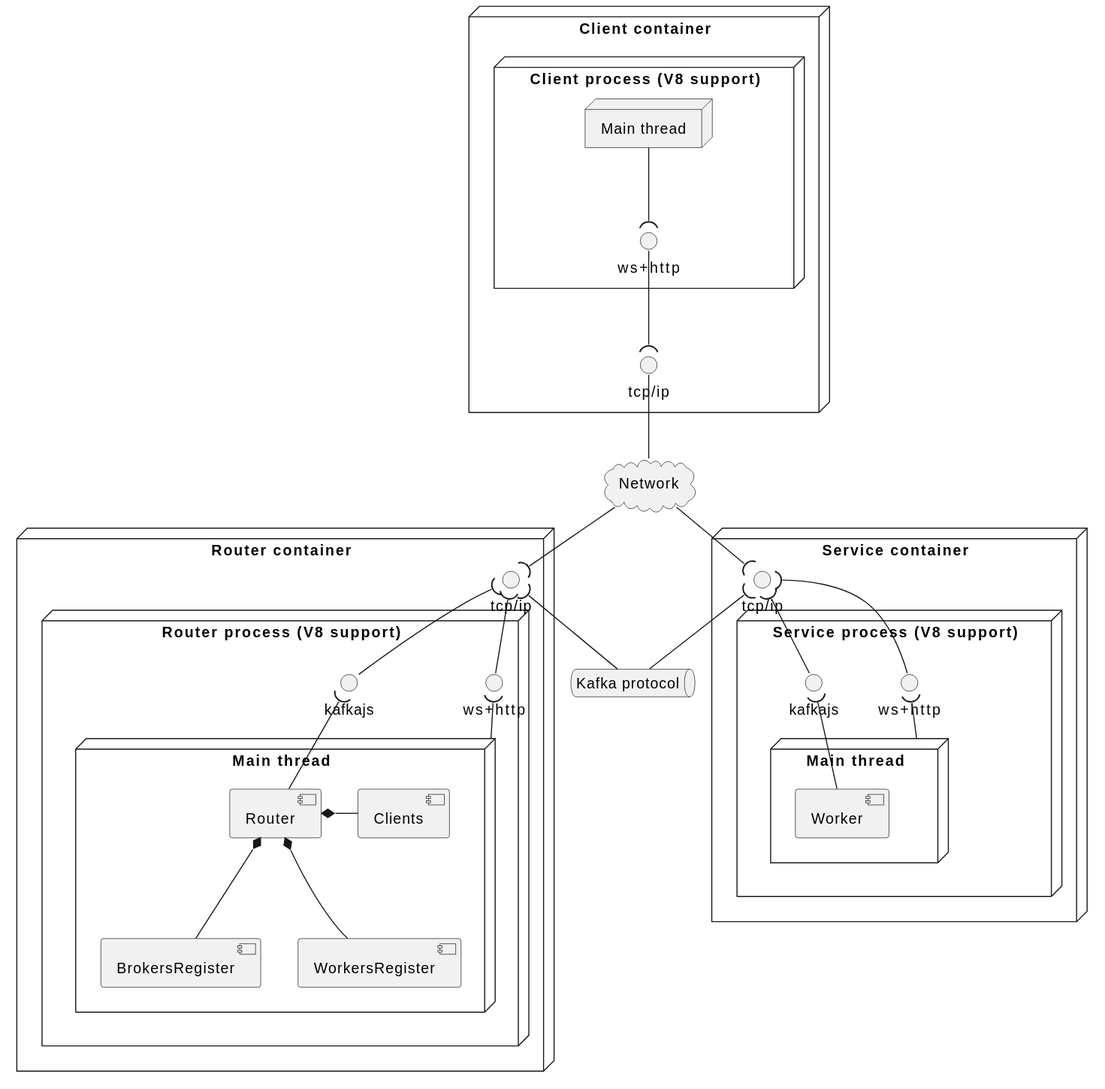
The PlantUML diagram uml/svg/mln.io/io.svg in imazzine/mln, before a commit.
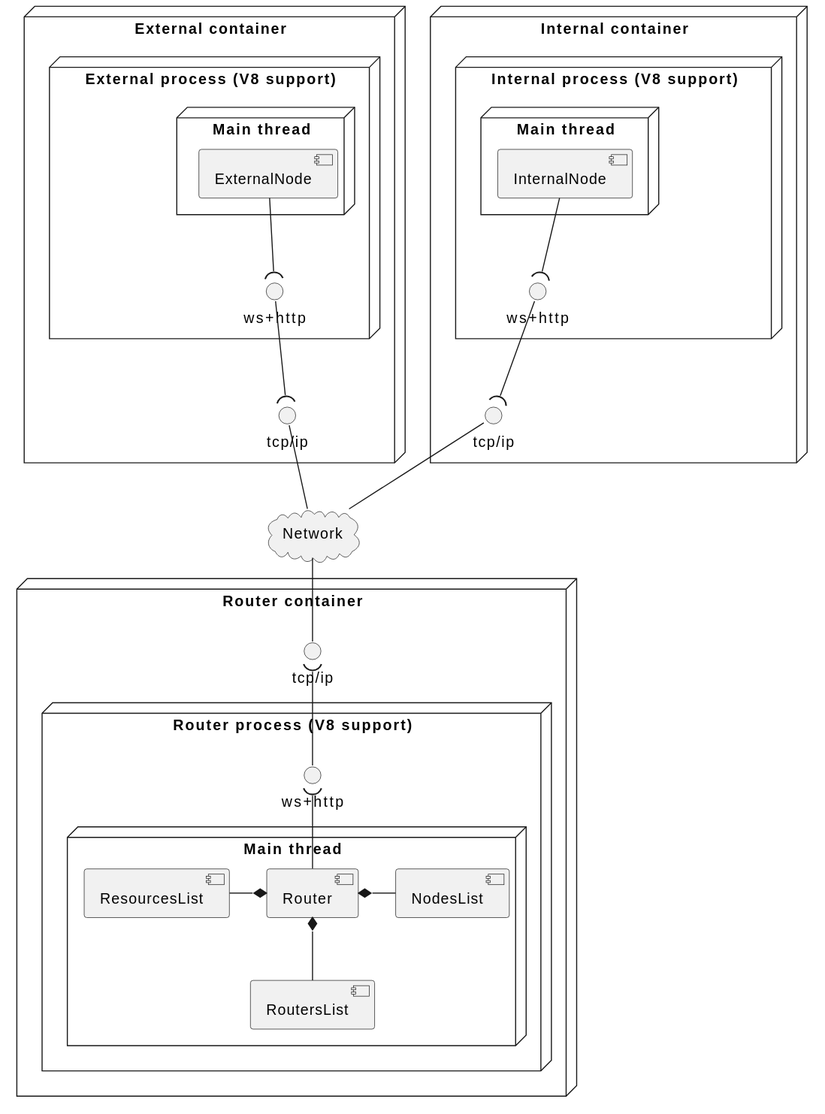
Later version of the same file.

The edit, as a diff of the source:
```diff
@@ -1,69 +1,51 @@
 @startuml io
 
-  node "Client container" as client_container {
-    node "Client process (V8 support)" as client_process {
-      node "Main thread" as client_main_thread {
+  node "External container" as external_container {
+    interface "tcp/ip" as external_tcp_ip
+    node "External process (V8 support)" as external_process {
+      interface "ws+http" as external_websocket
+      node "Main thread" as external_main_thread {
+        component ExternalNode
+      }
+      ExternalNode --( external_websocket
+    }
+    external_websocket --( external_tcp_ip
+  }
 
+  node "Internal container" as internal_container {
+    interface "tcp/ip" as internal_tcp_ip
+    node "Internal process (V8 support)" as internal_process {
+      interface "ws+http" as internal_websocket
+      node "Main thread" as internal_main_thread {
+        component InternalNode
       }
-      interface "ws+http" as client_websocket
-      client_main_thread --( client_websocket
+      InternalNode --( internal_websocket
+      internal_websocket --( internal_tcp_ip
     }
-    interface "tcp/ip" as client_tcp_ip
-    client_websocket --( client_tcp_ip
   }
 
   cloud "Network" as network
-  client_tcp_ip -- network
+  external_tcp_ip -- network
+  internal_tcp_ip -- network
 
   node "Router container" as router_container {
     interface "tcp/ip" as router_tcp_ip
-    network --( router_tcp_ip
 
     node "Router process (V8 support)" as router_process {
       interface "ws+http" as router_websocket
-      router_tcp_ip )- router_websocket
-
-      interface "kafkajs" as router_kafka_js
-      router_tcp_ip )-- router_kafka_js
 
       node "Main thread" as router_main_thread {
         component Router
-        router_kafka_js )-- Router
-
-        component Clients
-        Router *- Clients
-
-        component BrokersRegister
-        Router *-- BrokersRegister
-
-        component WorkersRegister
-        Router *-- WorkersRegister
+        component NodesList
+        component ResourcesList
+        component RoutersList
+        Router *- NodesList
+        ResourcesList -* Router
+        Router *-- RoutersList
       }
-      router_websocket )-- router_main_thread
     }
+    network -- router_tcp_ip
+    router_tcp_ip )-- router_websocket
+    router_websocket )-- Router
   }
-
-  node "Service container" as service_container {
-    interface "tcp/ip" as service_tcp_ip
-    network --( service_tcp_ip
-
-    node "Service process (V8 support)" as service_process {
-      interface "ws+http" as service_websocket
-      service_tcp_ip )- service_websocket
-
-      interface "kafkajs" as service_kafka_js
-      service_tcp_ip )-- service_kafka_js
-
-      node "Main thread" as service_main_thread {
-        component Worker
-        service_kafka_js )-- Worker
-      }
-      service_websocket )-- service_main_thread
-    }
-  }
-
-  queue "Kafka protocol" as kafka_protocol
-  router_tcp_ip )-- kafka_protocol
-  service_tcp_ip )-- kafka_protocol
-
 @enduml
```
